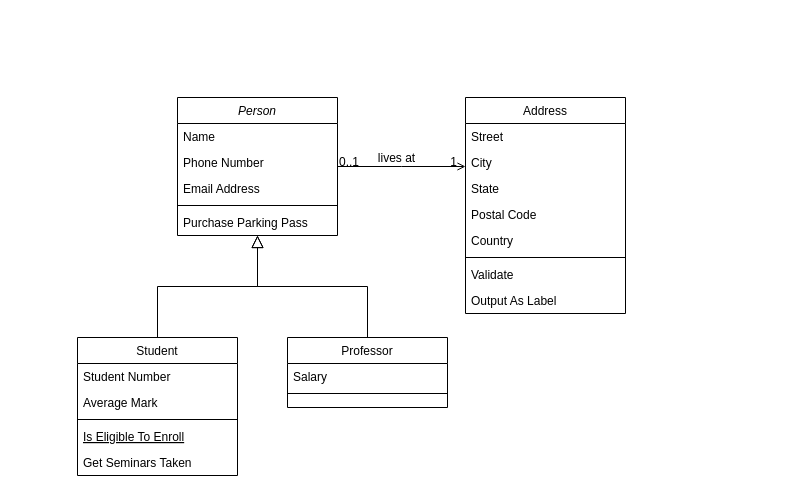
Before: parking-lot-solution/ParkingLot_ClassDiagram.drawio in batman-that-laughs/scaler-assignment-solutions, a draw.io diagram. Source tidied: cells renumbered, new cells numbered last; positions are measured from the earlier drawing's top-left corner, leaving out a move shared by most shapes. Both pictures are drawn from the tidied source at 100%, with x=0, y=0 at pixel (77, 97).
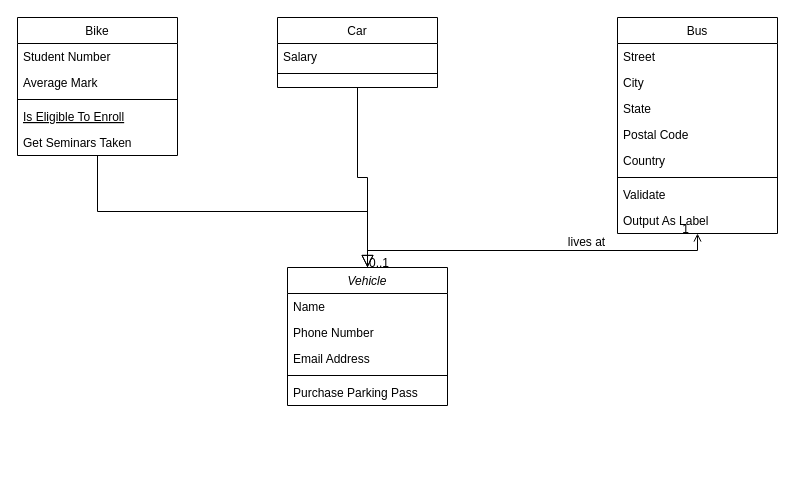
The same page after the edit.

The edit, as a diff of the source:
```diff
@@
-    <mxCell id="2" value="Person" style="swimlane;fontStyle=2;align=center;verticalAlign=top;horizontal=1;startSize=26;rounded=0;shadow=0;strokeWidth=1;" parent="1" vertex="1">
-      <mxGeometry x="100" width="160" height="138" as="geometry" />
+    <mxCell id="2" value="Vehicle" style="swimlane;fontStyle=2;align=center;verticalAlign=top;horizontal=1;startSize=26;rounded=0;shadow=0;strokeWidth=1;" parent="1" vertex="1">
+      <mxGeometry x="210" y="170" width="160" height="138" as="geometry" />
     </mxCell>
@@
-    <mxCell id="8" value="Student" style="swimlane;fontStyle=0;align=center;verticalAlign=top;horizontal=1;startSize=26;rounded=0;shadow=0;strokeWidth=1;" parent="1" vertex="1">
-      <mxGeometry y="240" width="160" height="138" as="geometry" />
+    <mxCell id="8" value="Bike" style="swimlane;fontStyle=0;align=center;verticalAlign=top;horizontal=1;startSize=26;rounded=0;shadow=0;strokeWidth=1;" parent="1" vertex="1">
+      <mxGeometry x="-60" y="-80" width="160" height="138" as="geometry" />
     </mxCell>
@@
-    <mxCell id="15" value="Professor" style="swimlane;fontStyle=0;align=center;verticalAlign=top;horizontal=1;startSize=26;rounded=0;shadow=0;strokeWidth=1;" parent="1" vertex="1">
-      <mxGeometry x="210" y="240" width="160" height="70" as="geometry" />
+    <mxCell id="15" value="Car" style="swimlane;fontStyle=0;align=center;verticalAlign=top;horizontal=1;startSize=26;rounded=0;shadow=0;strokeWidth=1;" parent="1" vertex="1">
+      <mxGeometry x="200" y="-80" width="160" height="70" as="geometry" />
     </mxCell>
@@
-    <mxCell id="19" value="Address" style="swimlane;fontStyle=0;align=center;verticalAlign=top;horizontal=1;startSize=26;rounded=0;shadow=0;strokeWidth=1;" parent="1" vertex="1">
-      <mxGeometry x="388" width="160" height="216" as="geometry" />
+    <mxCell id="19" value="Bus" style="swimlane;fontStyle=0;align=center;verticalAlign=top;horizontal=1;startSize=26;rounded=0;shadow=0;strokeWidth=1;" parent="1" vertex="1">
+      <mxGeometry x="540" y="-80" width="160" height="216" as="geometry" />
     </mxCell>
```
